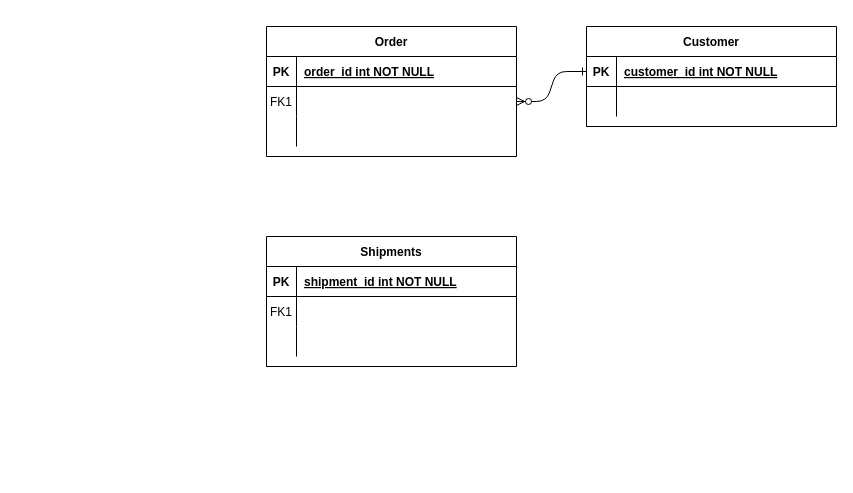
Earlier version of the draw.io diagram Physical_Data_Model.drawio (BeoVR6R/CMPG-223-Data-Model). Source tidied: cells renumbered, new cells numbered last; positions are measured from the earlier drawing's top-left corner, leaving out a move shared by most shapes. Both pictures are drawn from the tidied source at 100%, with x=0, y=0 at pixel (266, 26).
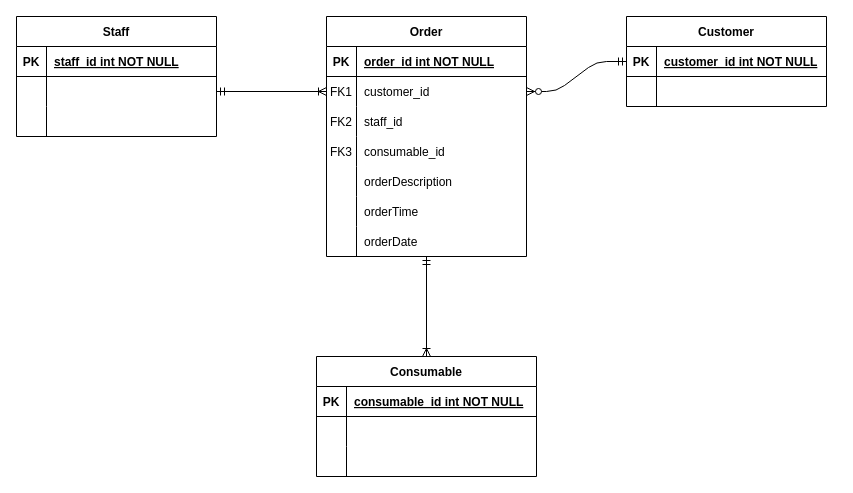
After the change.

Diff of the diagram source:
```diff
@@
-    <mxCell id="2" style="edgeStyle=entityRelationEdgeStyle;endArrow=ERzeroToMany;startArrow=ERone;endFill=1;startFill=0;" parent="1" edge="1" source="24" target="7">
+    <mxCell id="2" style="edgeStyle=entityRelationEdgeStyle;endArrow=ERzeroToMany;startArrow=ERmandOne;endFill=1;startFill=0;" parent="1" edge="1" source="24" target="7">
       <mxGeometry relative="1" as="geometry" />
     </mxCell>
     <mxCell id="3" value="Order" style="shape=table;startSize=30;childLayout=tableLayout;rowLines=0;fontStyle=1;align=center;" parent="1" vertex="1">
-      <mxGeometry width="250" height="130" as="geometry" />
+      <mxGeometry x="60" y="-10" width="200" height="240" as="geometry" />
     </mxCell>
     <mxCell id="4" style="shape=partialRectangle;fillColor=none;top=0;left=0;right=0;bottom=1;" parent="3" vertex="1">
-      <mxGeometry y="30" width="250" height="30" as="geometry" />
+      <mxGeometry y="30" width="200" height="30" as="geometry" />
     </mxCell>
@@
     <mxCell id="6" value="order_id int NOT NULL " style="shape=partialRectangle;overflow=hidden;fillColor=none;top=0;left=0;bottom=0;right=0;align=left;spacingLeft=6;fontStyle=5;" parent="4" vertex="1">
-      <mxGeometry x="30" width="220" height="30" as="geometry" />
+      <mxGeometry x="30" width="170" height="30" as="geometry" />
     </mxCell>
     <mxCell id="7" style="shape=partialRectangle;fillColor=none;points=[[0,0.5],[1,0.5]];portConstraint=eastwest;top=0;left=0;right=0;bottom=0;" parent="3" vertex="1">
-      <mxGeometry y="60" width="250" height="30" as="geometry" />
+      <mxGeometry y="60" width="200" height="30" as="geometry" />
     </mxCell>
@@
-    <mxCell id="9" style="shape=partialRectangle;overflow=hidden;fillColor=none;top=0;left=0;bottom=0;right=0;align=left;spacingLeft=6;" parent="7" vertex="1">
-      <mxGeometry x="30" width="220" height="30" as="geometry" />
+    <mxCell id="9" value="customer_id" style="shape=partialRectangle;overflow=hidden;fillColor=none;top=0;left=0;bottom=0;right=0;align=left;spacingLeft=6;" parent="7" vertex="1">
+      <mxGeometry x="30" width="170" height="30" as="geometry" />
     </mxCell>
+    <mxCell id="30" style="shape=partialRectangle;fillColor=none;top=0;left=0;right=0;bottom=0;" parent="3" vertex="1">
+      <mxGeometry y="90" width="200" height="30" as="geometry" />
+    </mxCell>
+    <mxCell id="31" value="FK2" style="shape=partialRectangle;overflow=hidden;fillColor=none;top=0;left=0;bottom=0;right=0;" parent="30" vertex="1">
+      <mxGeometry width="30" height="30" as="geometry" />
+    </mxCell>
+    <mxCell id="32" value="staff_id" style="shape=partialRectangle;overflow=hidden;fillColor=none;top=0;left=0;bottom=0;right=0;align=left;spacingLeft=6;" parent="30" vertex="1">
+      <mxGeometry x="30" width="170" height="30" as="geometry" />
+    </mxCell>
+    <mxCell id="33" style="shape=partialRectangle;fillColor=none;top=0;left=0;right=0;bottom=0;" parent="3" vertex="1">
+      <mxGeometry y="120" width="200" height="30" as="geometry" />
+    </mxCell>
+    <mxCell id="34" value="FK3" style="shape=partialRectangle;overflow=hidden;fillColor=none;top=0;left=0;bottom=0;right=0;" parent="33" vertex="1">
+      <mxGeometry width="30" height="30" as="geometry" />
+    </mxCell>
+    <mxCell id="35" value="consumable_id" style="shape=partialRectangle;overflow=hidden;fillColor=none;top=0;left=0;bottom=0;right=0;align=left;spacingLeft=6;" parent="33" vertex="1">
+      <mxGeometry x="30" width="170" height="30" as="geometry" />
+    </mxCell>
     <mxCell id="10" style="shape=partialRectangle;fillColor=none;top=0;left=0;right=0;bottom=0;" parent="3" vertex="1">
-      <mxGeometry y="90" width="250" height="30" as="geometry" />
+      <mxGeometry y="150" width="200" height="30" as="geometry" />
     </mxCell>
@@
-    <mxCell id="12" style="shape=partialRectangle;overflow=hidden;fillColor=none;top=0;left=0;bottom=0;right=0;align=left;spacingLeft=6;" parent="10" vertex="1">
-      <mxGeometry x="30" width="220" height="30" as="geometry" />
+    <mxCell id="12" value="orderDescription" style="shape=partialRectangle;overflow=hidden;fillColor=none;top=0;left=0;bottom=0;right=0;align=left;spacingLeft=6;" parent="10" vertex="1">
+      <mxGeometry x="30" width="170" height="30" as="geometry" />
     </mxCell>
+    <mxCell id="36" style="shape=partialRectangle;fillColor=none;top=0;left=0;right=0;bottom=0;" parent="3" vertex="1">
+      <mxGeometry y="180" width="200" height="30" as="geometry" />
+    </mxCell>
+    <mxCell id="37" style="shape=partialRectangle;overflow=hidden;fillColor=none;top=0;left=0;bottom=0;right=0;" parent="36" vertex="1">
+      <mxGeometry width="30" height="30" as="geometry" />
+    </mxCell>
+    <mxCell id="38" value="orderTime" style="shape=partialRectangle;overflow=hidden;fillColor=none;top=0;left=0;bottom=0;right=0;align=left;spacingLeft=6;" parent="36" vertex="1">
+      <mxGeometry x="30" width="170" height="30" as="geometry" />
+    </mxCell>
+    <mxCell id="39" style="shape=partialRectangle;fillColor=none;top=0;left=0;right=0;bottom=0;" parent="3" vertex="1">
+      <mxGeometry y="210" width="200" height="30" as="geometry" />
+    </mxCell>
+    <mxCell id="40" style="shape=partialRectangle;overflow=hidden;fillColor=none;top=0;left=0;bottom=0;right=0;" parent="39" vertex="1">
+      <mxGeometry width="30" height="30" as="geometry" />
+    </mxCell>
+    <mxCell id="41" value="orderDate" style="shape=partialRectangle;overflow=hidden;fillColor=none;top=0;left=0;bottom=0;right=0;align=left;spacingLeft=6;" parent="39" vertex="1">
+      <mxGeometry x="30" width="170" height="30" as="geometry" />
+    </mxCell>
+    <mxCell id="42" style="edgeStyle=orthogonalEdgeStyle;rounded=0;jettySize=auto;html=1;entryX=0.5;entryY=1;entryDx=0;entryDy=0;endArrow=ERmandOne;endFill=0;startArrow=ERoneToMany;startFill=0;" parent="1" edge="1" source="13" target="3">
+      <mxGeometry relative="1" as="geometry" />
+    </mxCell>
-    <mxCell id="13" value="Shipments" style="shape=table;startSize=30;childLayout=tableLayout;rowLines=0;fontStyle=1;align=center;" parent="1" vertex="1">
-      <mxGeometry y="210" width="250" height="130" as="geometry" />
+    <mxCell id="13" value="Consumable" style="shape=table;startSize=30;childLayout=tableLayout;rowLines=0;fontStyle=1;align=center;" parent="1" vertex="1">
+      <mxGeometry x="50" y="330" width="220" height="120" as="geometry" />
     </mxCell>
     <mxCell id="14" style="shape=partialRectangle;fillColor=none;top=0;left=0;right=0;bottom=1;" parent="13" vertex="1">
-      <mxGeometry y="30" width="250" height="30" as="geometry" />
+      <mxGeometry y="30" width="220" height="30" as="geometry" />
     </mxCell>
@@
-    <mxCell id="16" value="shipment_id int NOT NULL " style="shape=partialRectangle;overflow=hidden;fillColor=none;top=0;left=0;bottom=0;right=0;align=left;spacingLeft=6;fontStyle=5;" parent="14" vertex="1">
-      <mxGeometry x="30" width="220" height="30" as="geometry" />
+    <mxCell id="16" value="consumable_id int NOT NULL " style="shape=partialRectangle;overflow=hidden;fillColor=none;top=0;left=0;bottom=0;right=0;align=left;spacingLeft=6;fontStyle=5;" parent="14" vertex="1">
+      <mxGeometry x="30" width="190" height="30" as="geometry" />
     </mxCell>
     <mxCell id="17" style="shape=partialRectangle;fillColor=none;top=0;left=0;right=0;bottom=0;" parent="13" vertex="1">
-      <mxGeometry y="60" width="250" height="30" as="geometry" />
+      <mxGeometry y="60" width="220" height="30" as="geometry" />
     </mxCell>
-    <mxCell id="18" value="FK1" style="shape=partialRectangle;overflow=hidden;fillColor=none;top=0;left=0;bottom=0;right=0;" parent="17" vertex="1">
+    <mxCell id="18" style="shape=partialRectangle;overflow=hidden;fillColor=none;top=0;left=0;bottom=0;right=0;" parent="17" vertex="1">
       <mxGeometry width="30" height="30" as="geometry" />
     </mxCell>
     <mxCell id="19" style="shape=partialRectangle;overflow=hidden;fillColor=none;top=0;left=0;bottom=0;right=0;align=left;spacingLeft=6;" parent="17" vertex="1">
-      <mxGeometry x="30" width="220" height="30" as="geometry" />
+      <mxGeometry x="30" width="190" height="30" as="geometry" />
     </mxCell>
     <mxCell id="20" style="shape=partialRectangle;fillColor=none;top=0;left=0;right=0;bottom=0;" parent="13" vertex="1">
-      <mxGeometry y="90" width="250" height="30" as="geometry" />
+      <mxGeometry y="90" width="220" height="30" as="geometry" />
     </mxCell>
@@
     <mxCell id="22" style="shape=partialRectangle;overflow=hidden;fillColor=none;top=0;left=0;bottom=0;right=0;align=left;spacingLeft=6;" parent="20" vertex="1">
-      <mxGeometry x="30" width="220" height="30" as="geometry" />
+      <mxGeometry x="30" width="190" height="30" as="geometry" />
     </mxCell>
     <mxCell id="23" value="Customer" style="shape=table;startSize=30;childLayout=tableLayout;rowLines=0;fontStyle=1;align=center;" parent="1" vertex="1">
-      <mxGeometry x="320" width="250" height="100" as="geometry" />
+      <mxGeometry x="360" y="-10" width="200" height="90" as="geometry" />
     </mxCell>
     <mxCell id="24" style="shape=partialRectangle;fillColor=none;points=[[0,0.5],[1,0.5]];portConstraint=eastwest;top=0;left=0;right=0;bottom=1;" parent="23" vertex="1">
-      <mxGeometry y="30" width="250" height="30" as="geometry" />
+      <mxGeometry y="30" width="200" height="30" as="geometry" />
     </mxCell>
@@
     <mxCell id="26" value="customer_id int NOT NULL " style="shape=partialRectangle;overflow=hidden;fillColor=none;top=0;left=0;bottom=0;right=0;align=left;spacingLeft=6;fontStyle=5;" parent="24" vertex="1">
-      <mxGeometry x="30" width="220" height="30" as="geometry" />
+      <mxGeometry x="30" width="170" height="30" as="geometry" />
     </mxCell>
     <mxCell id="27" style="shape=partialRectangle;fillColor=none;top=0;left=0;right=0;bottom=0;" parent="23" vertex="1">
-      <mxGeometry y="60" width="250" height="30" as="geometry" />
+      <mxGeometry y="60" width="200" height="30" as="geometry" />
     </mxCell>
@@
     <mxCell id="29" style="shape=partialRectangle;overflow=hidden;fillColor=none;top=0;left=0;bottom=0;right=0;align=left;spacingLeft=6;" parent="27" vertex="1">
-      <mxGeometry x="30" width="220" height="30" as="geometry" />
+      <mxGeometry x="30" width="170" height="30" as="geometry" />
     </mxCell>
+    <mxCell id="43" value="Staff" style="shape=table;startSize=30;childLayout=tableLayout;rowLines=0;fontStyle=1;align=center;" parent="1" vertex="1">
+      <mxGeometry x="-250" y="-10" width="200" height="120" as="geometry" />
+    </mxCell>
+    <mxCell id="44" style="shape=partialRectangle;fillColor=none;top=0;left=0;right=0;bottom=1;" parent="43" vertex="1">
+      <mxGeometry y="30" width="200" height="30" as="geometry" />
+    </mxCell>
+    <mxCell id="45" value="PK" style="shape=partialRectangle;overflow=hidden;fillColor=none;top=0;left=0;bottom=0;right=0;fontStyle=1;" parent="44" vertex="1">
+      <mxGeometry width="30" height="30" as="geometry" />
+    </mxCell>
+    <mxCell id="46" value="staff_id int NOT NULL " style="shape=partialRectangle;overflow=hidden;fillColor=none;top=0;left=0;bottom=0;right=0;align=left;spacingLeft=6;fontStyle=5;" parent="44" vertex="1">
+      <mxGeometry x="30" width="170" height="30" as="geometry" />
+    </mxCell>
+    <mxCell id="47" style="shape=partialRectangle;fillColor=none;points=[[0,0.5],[1,0.5]];portConstraint=eastwest;top=0;left=0;right=0;bottom=0;" parent="43" vertex="1">
+      <mxGeometry y="60" width="200" height="30" as="geometry" />
+    </mxCell>
+    <mxCell id="48" style="shape=partialRectangle;overflow=hidden;fillColor=none;top=0;left=0;bottom=0;right=0;" parent="47" vertex="1">
+      <mxGeometry width="30" height="30" as="geometry" />
+    </mxCell>
+    <mxCell id="49" style="shape=partialRectangle;overflow=hidden;fillColor=none;top=0;left=0;bottom=0;right=0;align=left;spacingLeft=6;" parent="47" vertex="1">
+      <mxGeometry x="30" width="170" height="30" as="geometry" />
+    </mxCell>
+    <mxCell id="50" style="shape=partialRectangle;fillColor=none;top=0;left=0;right=0;bottom=0;" parent="43" vertex="1">
+      <mxGeometry y="90" width="200" height="30" as="geometry" />
+    </mxCell>
+    <mxCell id="51" style="shape=partialRectangle;overflow=hidden;fillColor=none;top=0;left=0;bottom=0;right=0;" parent="50" vertex="1">
+      <mxGeometry width="30" height="30" as="geometry" />
+    </mxCell>
+    <mxCell id="52" style="shape=partialRectangle;overflow=hidden;fillColor=none;top=0;left=0;bottom=0;right=0;align=left;spacingLeft=6;" parent="50" vertex="1">
+      <mxGeometry x="30" width="170" height="30" as="geometry" />
+    </mxCell>
+    <mxCell id="53" style="edgeStyle=orthogonalEdgeStyle;rounded=0;jettySize=auto;html=1;exitX=1;exitY=0.5;exitDx=0;exitDy=0;entryX=0;entryY=0.5;entryDx=0;entryDy=0;startArrow=ERmandOne;startFill=0;endArrow=ERoneToMany;endFill=0;" parent="1" edge="1" source="47" target="7">
+      <mxGeometry relative="1" as="geometry" />
+    </mxCell>
```
